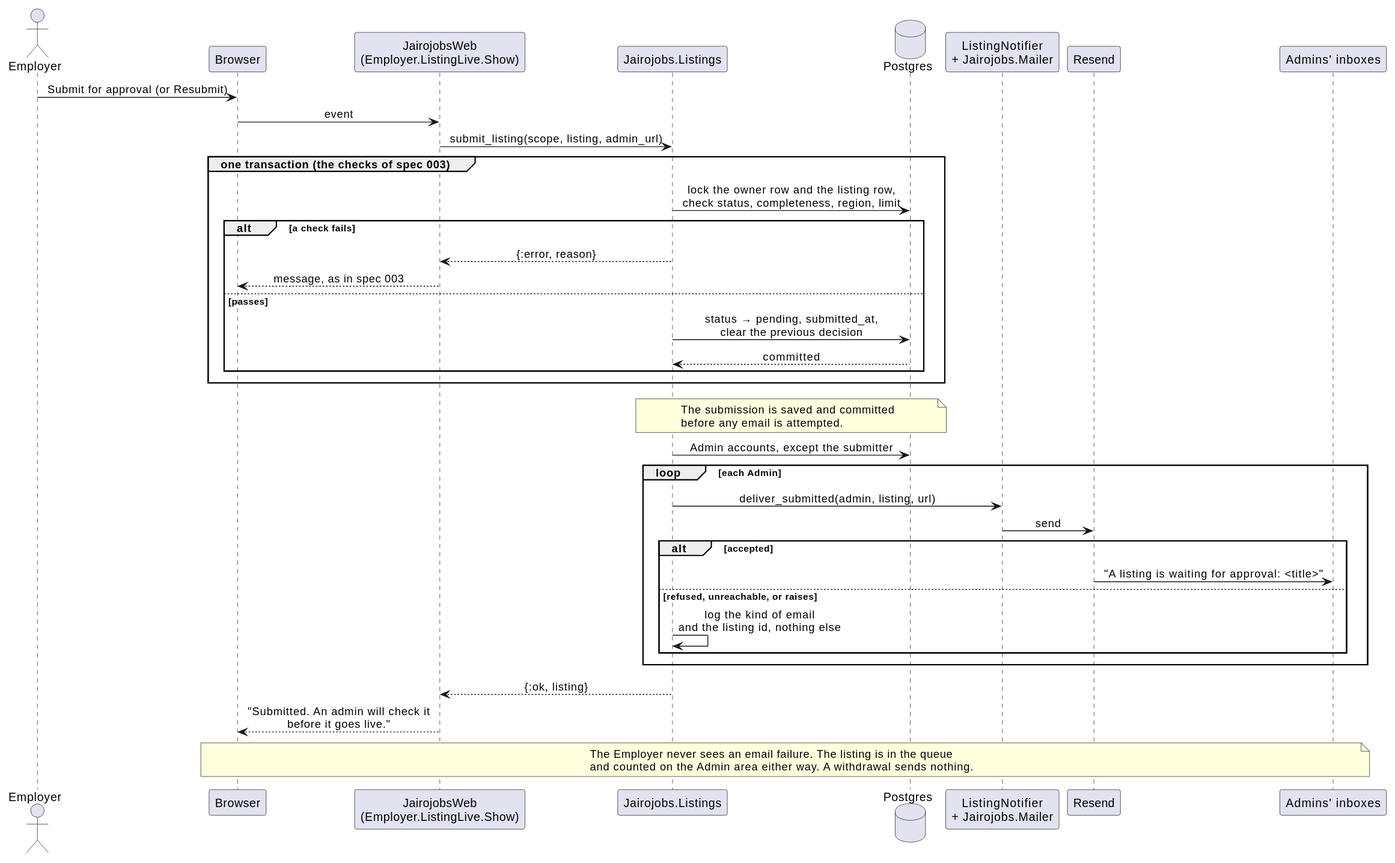
The PlantUML diagram docs/specs/004-listings-admin-moderation/diagrams/sequence-submission-email.svg in raseniero/jairojobs-elixir, before a commit.
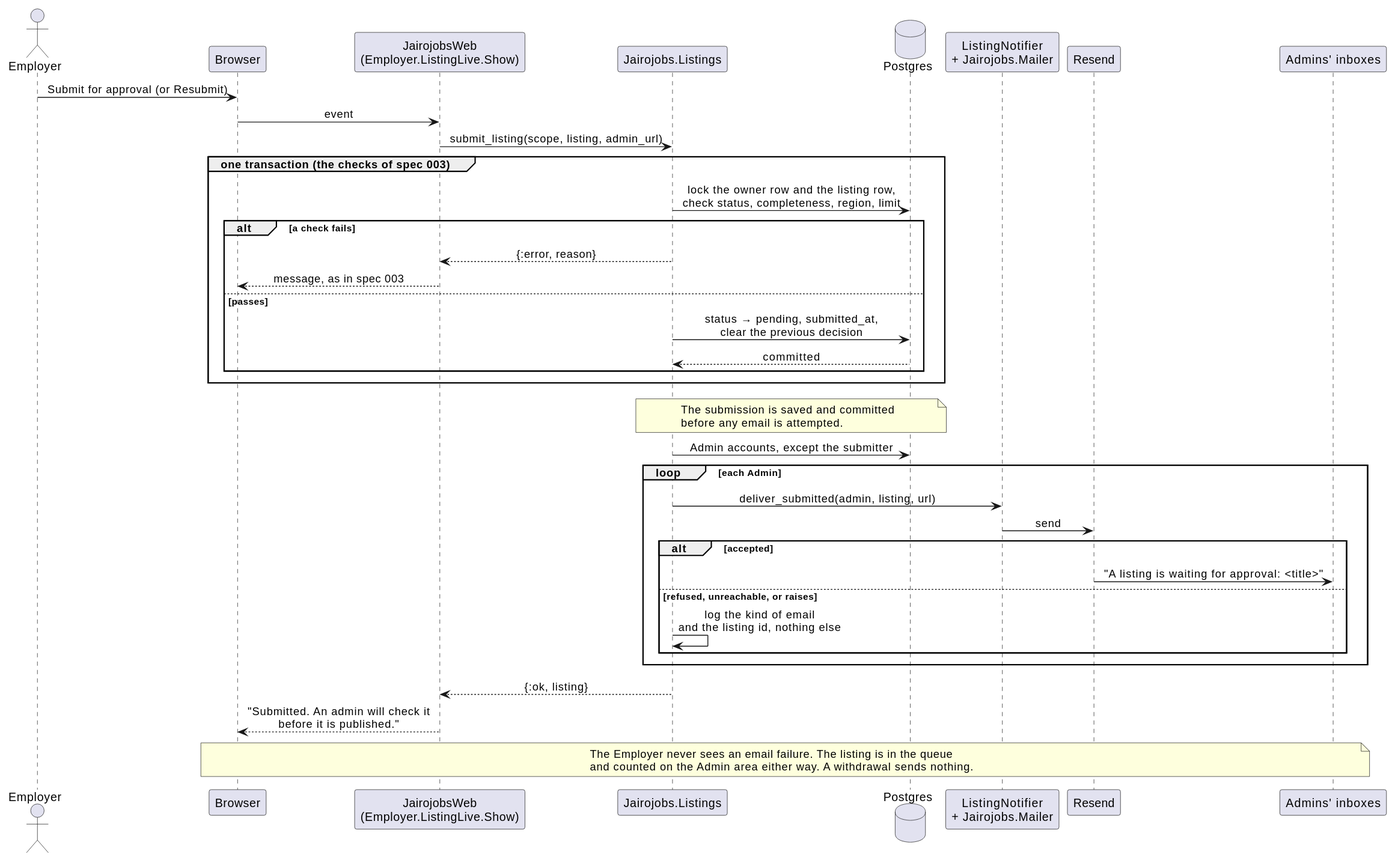
The same file after the commit.

The edit, as a diff of the source:
```diff
@@ -40,7 +40,7 @@
   end
 end
 L --> W : {:ok, listing}
-W --> B : "Submitted. An admin will check it\nbefore it goes live."
+W --> B : "Submitted. An admin will check it\nbefore it is published."
 
 note over B, IN
   The Employer never sees an email failure. The listing is in the queue
```
